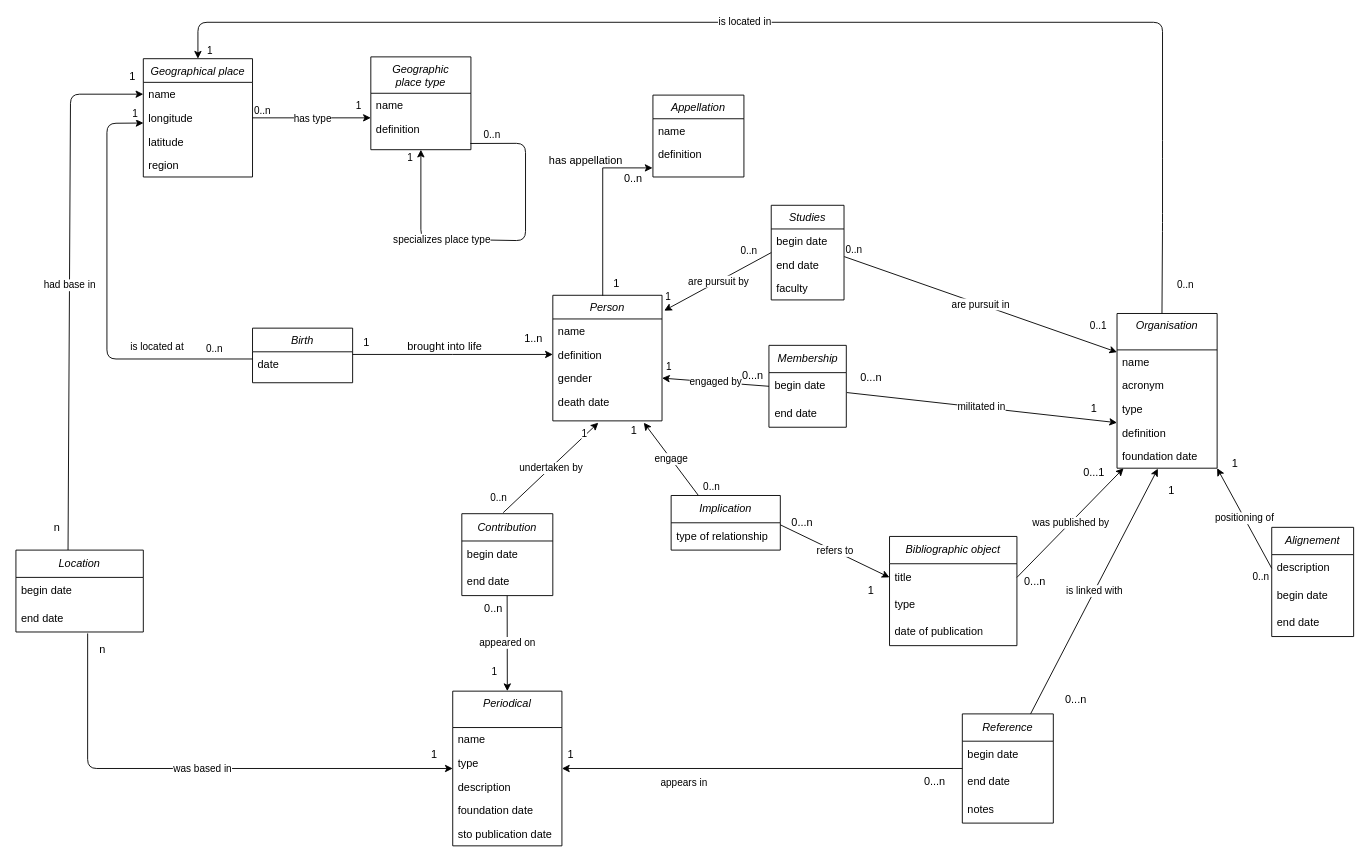
The draw.io diagram MCD_to_database_Siria.drawio in spanzerotto/italian_poets_XX, before the edit. Source tidied: cells renumbered, new cells numbered last; positions are measured from the earlier drawing's top-left corner, leaving out a move shared by most shapes. Both pictures are drawn from the tidied source at 91%, with x=0, y=0 at pixel (15, 22).
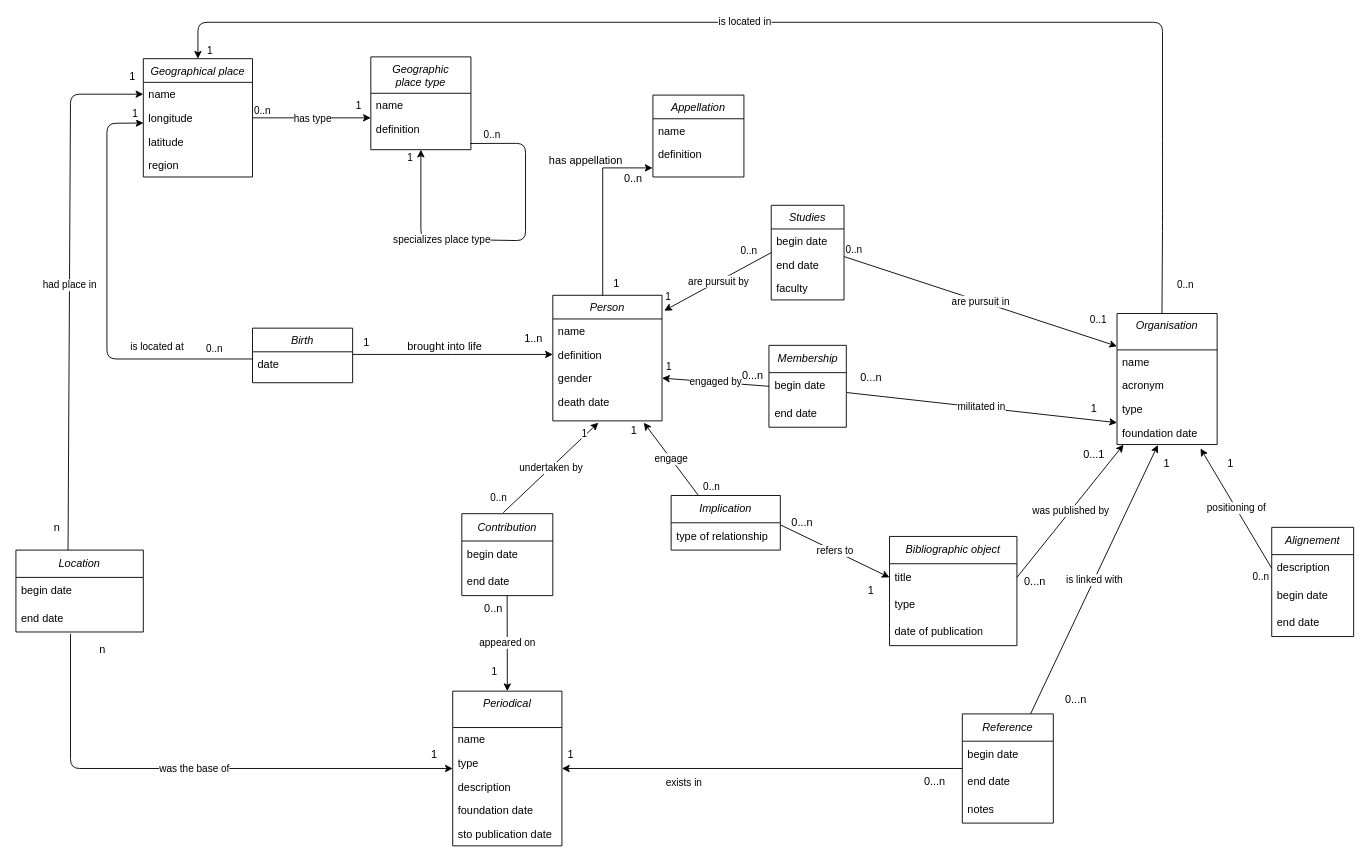
The same diagram, later.

The change refers to these unchanged cells:
```xml
<mxCell id="22" value="name" style="text;align=left;verticalAlign=top;spacingLeft=4;spacingRight=4;overflow=hidden;points=[[0,0.5],[1,0.5]];portConstraint=eastwest;" parent="21" vertex="1">
  <mxGeometry y="26" width="120" height="26" as="geometry" />
</mxCell>
<mxCell id="94" value="&lt;i&gt;Location&lt;/i&gt;" style="swimlane;fontStyle=0;horizontal=1;startSize=30;whiteSpace=wrap;html=1;" parent="1" vertex="1">
  <mxGeometry y="580" width="140" height="90" as="geometry" />
</mxCell>
<mxCell id="96" value="end date" style="text;strokeColor=none;fillColor=none;align=left;verticalAlign=middle;spacingLeft=4;spacingRight=4;overflow=hidden;points=[[0,0.5],[1,0.5]];portConstraint=eastwest;whiteSpace=wrap;html=1;" parent="94" vertex="1">
  <mxGeometry y="60" width="140" height="30" as="geometry" />
</mxCell>
<mxCell id="103" value="1" style="text;html=1;strokeColor=none;fillColor=none;align=center;verticalAlign=middle;whiteSpace=wrap;rounded=0;" parent="1" vertex="1">
  <mxGeometry x="600" y="790" width="20" height="30" as="geometry" />
</mxCell>
<mxCell id="119" value="description" style="text;strokeColor=none;fillColor=none;align=left;verticalAlign=middle;spacingLeft=4;spacingRight=4;overflow=hidden;points=[[0,0.5],[1,0.5]];portConstraint=eastwest;whiteSpace=wrap;html=1;" parent="118" vertex="1">
  <mxGeometry y="30" width="90" height="30" as="geometry" />
</mxCell>
```

What changed in the source:
```diff
@@
     <mxCell id="63" value="Organisation" style="swimlane;fontStyle=2;align=center;verticalAlign=top;horizontal=1;startSize=40;rounded=0;shadow=0;strokeWidth=1;" parent="1" vertex="1">
-      <mxGeometry x="1210" y="320" width="110" height="170" as="geometry" />
+      <mxGeometry x="1210" y="320" width="110" height="144" as="geometry" />
     </mxCell>
@@
-    <mxCell id="67" value="definition" style="text;align=left;verticalAlign=top;spacingLeft=4;spacingRight=4;overflow=hidden;rounded=0;shadow=0;html=0;" parent="63" vertex="1">
-      <mxGeometry y="118" width="110" height="26" as="geometry" />
-    </mxCell>
     <mxCell id="68" value="foundation date" style="text;align=left;verticalAlign=top;spacingLeft=4;spacingRight=4;overflow=hidden;points=[[0,0.5],[1,0.5]];portConstraint=eastwest;" parent="63" vertex="1">
-      <mxGeometry y="144" width="110" height="26" as="geometry" />
+      <mxGeometry y="118" width="110" height="26" as="geometry" />
     </mxCell>
@@
-    <mxCell id="74" value="was based in" style="endArrow=classic;html=1;edgeStyle=orthogonalEdgeStyle;exitX=0.563;exitY=1.053;exitDx=0;exitDy=0;exitPerimeter=0;rounded=1;" parent="1" edge="1" source="96">
+    <mxCell id="74" value="was the base of" style="endArrow=classic;html=1;edgeStyle=orthogonalEdgeStyle;rounded=1;" parent="1" edge="1">
       <mxGeometry relative="1" as="geometry">
+        <mxPoint x="60" y="672" as="sourcePoint" />
         <mxPoint x="480" y="820" as="targetPoint" />
         <Array as="points">
-          <mxPoint x="79" y="820" />
+          <mxPoint x="60" y="672" />
+          <mxPoint x="60" y="820" />
         </Array>
       </mxGeometry>
     </mxCell>
@@
-    <mxCell id="93" value="had base in" style="edgeStyle=none;html=1;entryX=0;entryY=0.5;entryDx=0;entryDy=0;exitX=0.409;exitY=0.003;exitDx=0;exitDy=0;exitPerimeter=0;" parent="1" edge="1" source="94" target="22">
+    <mxCell id="93" value="had place in" style="edgeStyle=none;html=1;entryX=0;entryY=0.5;entryDx=0;entryDy=0;exitX=0.409;exitY=0.003;exitDx=0;exitDy=0;exitPerimeter=0;" parent="1" edge="1" source="94" target="22">
       <mxGeometry relative="1" as="geometry">
         <Array as="points">
           <mxPoint x="60" y="79" />
         </Array>
       </mxGeometry>
     </mxCell>
@@
     <mxCell id="102" value="0...1" style="text;html=1;strokeColor=none;fillColor=none;align=center;verticalAlign=middle;whiteSpace=wrap;rounded=0;" parent="1" vertex="1">
-      <mxGeometry x="1160" y="480" width="50" height="30" as="geometry" />
+      <mxGeometry x="1160" y="460" width="50" height="30" as="geometry" />
     </mxCell>
@@
-    <mxCell id="116" value="appears in" style="endArrow=classic;html=1;entryX=0;entryY=1;entryDx=0;entryDy=0;" parent="1" edge="1" target="103">
+    <mxCell id="116" value="exists in" style="endArrow=classic;html=1;entryX=0;entryY=1;entryDx=0;entryDy=0;" parent="1" edge="1" target="103">
       <mxGeometry x="0.39" y="16" relative="1" as="geometry">
         <mxPoint x="1040" y="820" as="sourcePoint" />
       </mxGeometry>
     </mxCell>
@@
     <mxCell id="122" value="1" style="text;html=1;strokeColor=none;fillColor=none;align=center;verticalAlign=middle;whiteSpace=wrap;rounded=0;" parent="1" vertex="1">
-      <mxGeometry x="1240" y="500" width="60" height="30" as="geometry" />
+      <mxGeometry x="1235" y="470" width="60" height="30" as="geometry" />
     </mxCell>
-    <mxCell id="123" value="positioning of" style="endArrow=classic;html=1;exitX=0;exitY=0.5;exitDx=0;exitDy=0;" parent="1" edge="1" source="119">
-      <mxGeometry relative="1" as="geometry">
-        <mxPoint x="1320" y="490" as="targetPoint" />
-      </mxGeometry>
+    <mxCell id="123" value="positioning of" style="endArrow=classic;html=1;exitX=0;exitY=0.5;exitDx=0;exitDy=0;entryX=0.834;entryY=1.166;entryDx=0;entryDy=0;entryPerimeter=0;" parent="1" edge="1" source="119" target="68">
+      <mxGeometry relative="1" as="geometry" />
     </mxCell>
@@
     <mxCell id="125" value="1" style="text;html=1;strokeColor=none;fillColor=none;align=center;verticalAlign=middle;whiteSpace=wrap;rounded=0;" parent="1" vertex="1">
-      <mxGeometry x="1310" y="470" width="60" height="30" as="geometry" />
+      <mxGeometry x="1320" y="470" width="30" height="30" as="geometry" />
     </mxCell>
```
